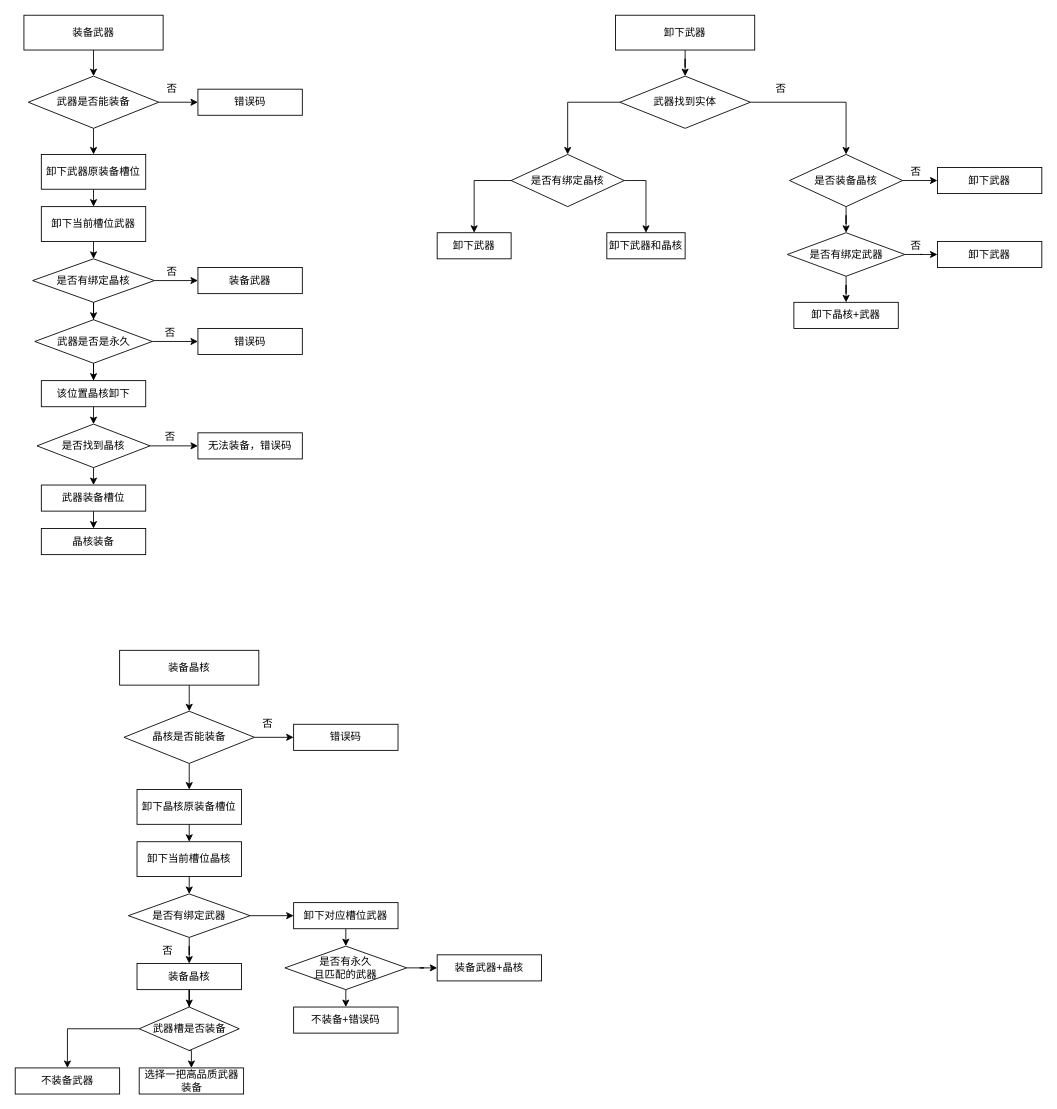
Before: SSJJ2/SSJJ2背包装备.drawio in Ordertiny/graph, a draw.io diagram. Source tidied: cells renumbered, new cells numbered last; positions are measured from the earlier drawing's top-left corner, leaving out a move shared by most shapes. Both pictures are drawn from the tidied source at 87%, with x=0, y=0 at pixel (15, 15).
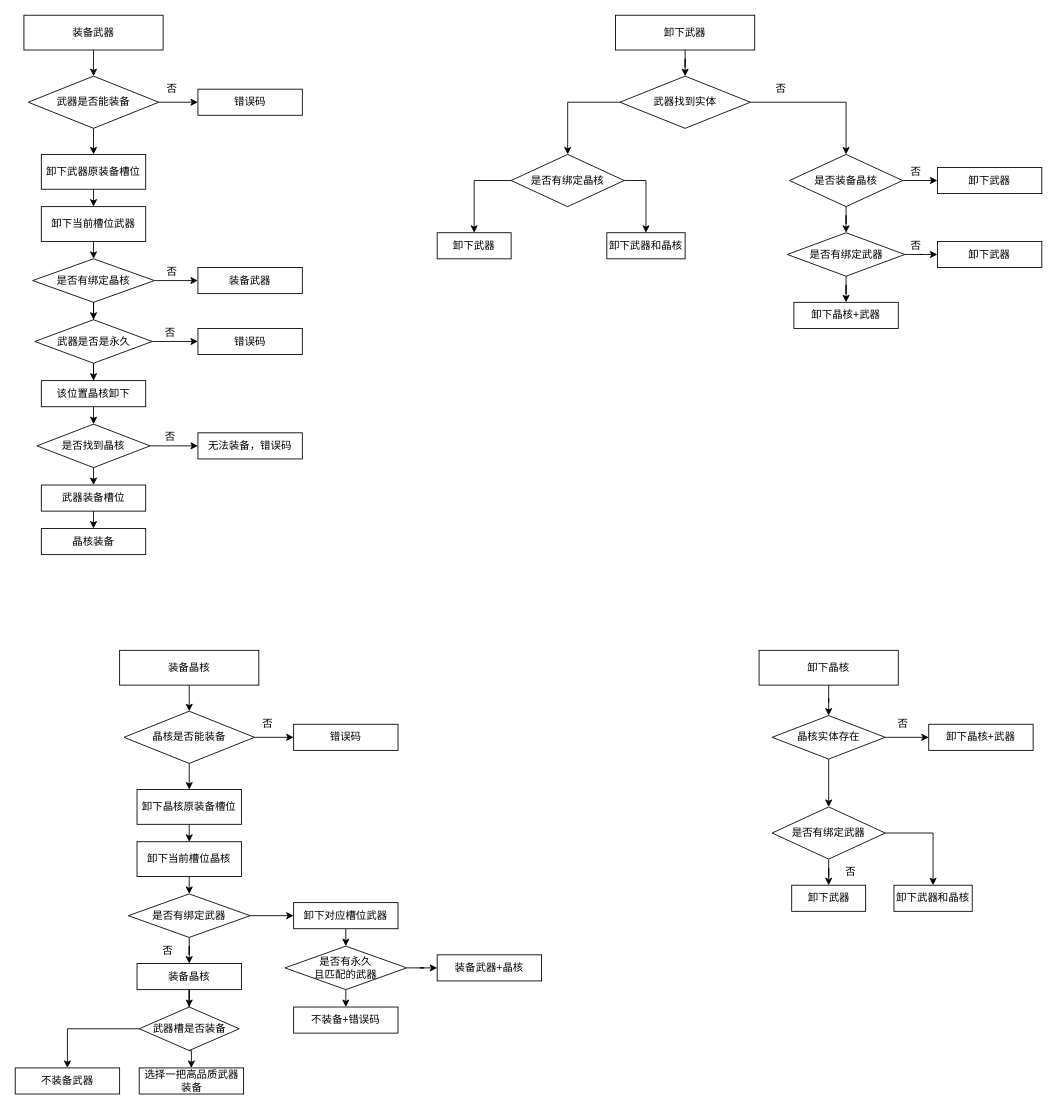
After the change.

Commit message (it also covers changes not shown here):
更新SSJJ2背包装备.drawio

Diff of the diagram source:
```diff
@@
+    <mxCell id="84" style="edgeStyle=orthogonalEdgeStyle;rounded=0;jettySize=auto;html=1;exitX=0.5;exitY=1;exitDx=0;exitDy=0;" parent="1" edge="1" source="85" target="88">
+      <mxGeometry relative="1" as="geometry" />
+    </mxCell>
+    <mxCell id="85" value="卸下晶核" style="rounded=0;whiteSpace=wrap;html=1;" parent="1" vertex="1">
+      <mxGeometry x="855" y="730" width="160" height="40" as="geometry" />
+    </mxCell>
+    <mxCell id="86" style="edgeStyle=orthogonalEdgeStyle;rounded=0;jettySize=auto;html=1;exitX=1;exitY=0.5;exitDx=0;exitDy=0;entryX=0;entryY=0.5;entryDx=0;entryDy=0;" parent="1" edge="1" source="88" target="94">
+      <mxGeometry relative="1" as="geometry" />
+    </mxCell>
+    <mxCell id="87" style="edgeStyle=orthogonalEdgeStyle;rounded=0;jettySize=auto;html=1;exitX=0.5;exitY=1;exitDx=0;exitDy=0;" parent="1" edge="1" source="88" target="91">
+      <mxGeometry relative="1" as="geometry" />
+    </mxCell>
+    <mxCell id="88" value="晶核实体存在" style="rhombus;whiteSpace=wrap;html=1;" parent="1" vertex="1">
+      <mxGeometry x="870" y="805" width="130" height="50" as="geometry" />
+    </mxCell>
+    <mxCell id="89" style="edgeStyle=orthogonalEdgeStyle;rounded=0;jettySize=auto;html=1;exitX=1;exitY=0.5;exitDx=0;exitDy=0;" parent="1" edge="1" source="91" target="93">
+      <mxGeometry relative="1" as="geometry" />
+    </mxCell>
+    <mxCell id="90" style="edgeStyle=orthogonalEdgeStyle;rounded=0;jettySize=auto;html=1;entryX=0.5;entryY=0;entryDx=0;entryDy=0;" parent="1" edge="1" source="91" target="92">
+      <mxGeometry relative="1" as="geometry" />
+    </mxCell>
+    <mxCell id="91" value="是否有绑定武器" style="rhombus;whiteSpace=wrap;html=1;" parent="1" vertex="1">
+      <mxGeometry x="870" y="910" width="130" height="60" as="geometry" />
+    </mxCell>
+    <mxCell id="92" value="卸下武器" style="rounded=0;whiteSpace=wrap;html=1;" parent="1" vertex="1">
+      <mxGeometry x="892.5" y="1000" width="85" height="30" as="geometry" />
+    </mxCell>
+    <mxCell id="93" value="卸下武器和晶核" style="rounded=0;whiteSpace=wrap;html=1;" parent="1" vertex="1">
+      <mxGeometry x="1010" y="1000" width="90" height="30" as="geometry" />
+    </mxCell>
+    <mxCell id="94" value="卸下晶核+&lt;span style=&quot;background-color: transparent; color: light-dark(rgb(0, 0, 0), rgb(255, 255, 255));&quot;&gt;武器&lt;/span&gt;" style="rounded=0;whiteSpace=wrap;html=1;" parent="1" vertex="1">
+      <mxGeometry x="1050" y="815" width="120" height="30" as="geometry" />
+    </mxCell>
+    <mxCell id="95" value="否" style="text;html=1;align=center;verticalAlign=middle;strokeColor=none;fillColor=none;" parent="1" vertex="1">
+      <mxGeometry x="1000" y="800" width="40" height="30" as="geometry" />
+    </mxCell>
+    <mxCell id="96" value="否" style="text;html=1;align=center;verticalAlign=middle;strokeColor=none;fillColor=none;" parent="1" vertex="1">
+      <mxGeometry x="940" y="970" width="40" height="30" as="geometry" />
+    </mxCell>
```
